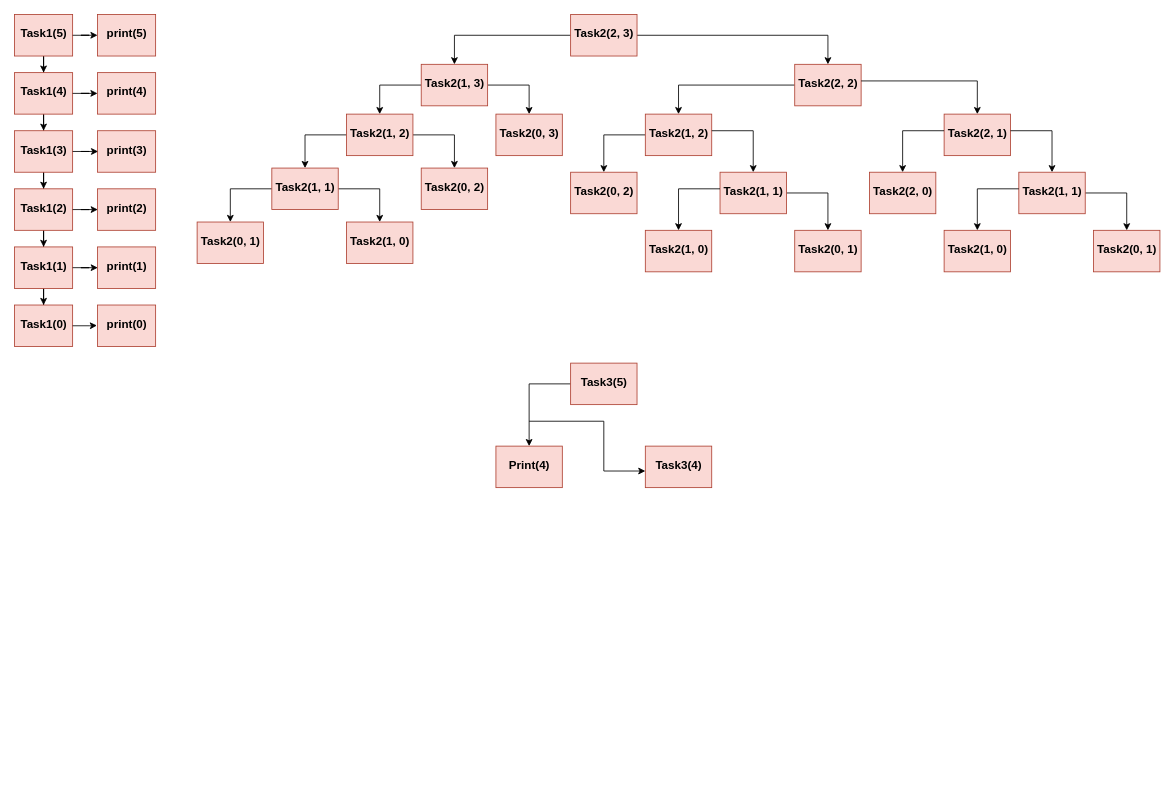
Before: diagrams/Untitled Diagram.drawio in GeekNekoS/Draw_io, a draw.io diagram. Source tidied: cells renumbered, new cells numbered last; positions are measured from the earlier drawing's top-left corner, leaving out a move shared by most shapes. Both pictures are drawn from the tidied source at 83%, with x=0, y=0 at pixel (14, 14).
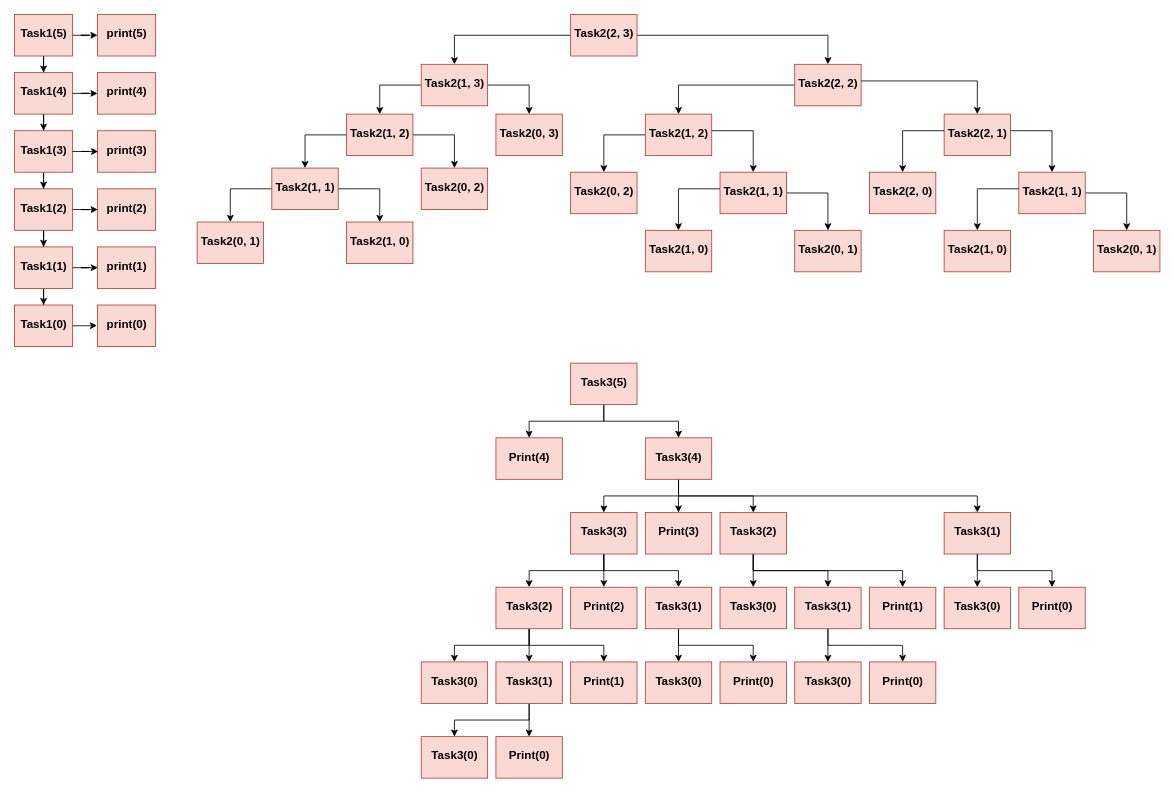
After the change.

The change refers to these unchanged cells:
```xml
<mxCell id="88" style="rounded=0;whiteSpace=wrap;html=1;fillColor=#fad9d5;strokeColor=#ae4132;" parent="1" vertex="1">
  <mxGeometry x="670" y="420" width="80" height="50" as="geometry" />
</mxCell>
```

Change to the diagram source:
```diff
@@
     <mxCell id="87" style="edgeStyle=orthogonalEdgeStyle;rounded=0;jettySize=auto;html=1;entryX=0.5;entryY=0;entryDx=0;entryDy=0;" parent="1" edge="1" source="88" target="97">
-      <mxGeometry relative="1" as="geometry" />
+      <mxGeometry relative="1" as="geometry">
+        <Array as="points">
+          <mxPoint x="710" y="490" />
+          <mxPoint x="620" y="490" />
+        </Array>
+      </mxGeometry>
     </mxCell>
+    <mxCell id="101" style="edgeStyle=orthogonalEdgeStyle;rounded=0;jettySize=auto;html=1;entryX=0.5;entryY=0;entryDx=0;entryDy=0;" parent="1" edge="1" source="88" target="99">
+      <mxGeometry relative="1" as="geometry">
+        <Array as="points">
+          <mxPoint x="710" y="490" />
+          <mxPoint x="800" y="490" />
+        </Array>
+      </mxGeometry>
+    </mxCell>
@@
     <mxCell id="96" style="rounded=0;whiteSpace=wrap;html=1;fillColor=#fad9d5;strokeColor=#ae4132;" parent="1" vertex="1">
-      <mxGeometry x="580" y="520" width="80" height="50" as="geometry" />
+      <mxGeometry x="580" y="510" width="80" height="50" as="geometry" />
     </mxCell>
     <mxCell id="97" value="&lt;font style=&quot;font-size: 14px;&quot;&gt;Print(4)&lt;/font&gt;" style="text;strokeColor=none;fillColor=none;html=1;fontSize=24;fontStyle=1;verticalAlign=middle;align=center;" parent="1" vertex="1">
-      <mxGeometry x="580" y="520" width="80" height="40" as="geometry" />
+      <mxGeometry x="580" y="510" width="80" height="40" as="geometry" />
     </mxCell>
+    <mxCell id="102" style="edgeStyle=orthogonalEdgeStyle;rounded=0;jettySize=auto;html=1;" parent="1" edge="1" source="98" target="110">
+      <mxGeometry relative="1" as="geometry">
+        <Array as="points">
+          <mxPoint x="800" y="580" />
+          <mxPoint x="710" y="580" />
+        </Array>
+      </mxGeometry>
+    </mxCell>
+    <mxCell id="103" style="edgeStyle=orthogonalEdgeStyle;rounded=0;jettySize=auto;html=1;" parent="1" edge="1" source="98" target="117">
+      <mxGeometry relative="1" as="geometry" />
+    </mxCell>
+    <mxCell id="104" style="edgeStyle=orthogonalEdgeStyle;rounded=0;jettySize=auto;html=1;" parent="1" edge="1" source="98" target="115">
+      <mxGeometry relative="1" as="geometry">
+        <Array as="points">
+          <mxPoint x="800" y="580" />
+          <mxPoint x="890" y="580" />
+        </Array>
+      </mxGeometry>
+    </mxCell>
+    <mxCell id="105" style="edgeStyle=orthogonalEdgeStyle;rounded=0;jettySize=auto;html=1;entryX=0.5;entryY=0;entryDx=0;entryDy=0;" parent="1" edge="1" source="98" target="160">
+      <mxGeometry relative="1" as="geometry">
+        <Array as="points">
+          <mxPoint x="800" y="580" />
+          <mxPoint x="1160" y="580" />
+        </Array>
+      </mxGeometry>
+    </mxCell>
     <mxCell id="98" style="rounded=0;whiteSpace=wrap;html=1;fillColor=#fad9d5;strokeColor=#ae4132;" parent="1" vertex="1">
-      <mxGeometry x="760" y="520" width="80" height="50" as="geometry" />
+      <mxGeometry x="760" y="510" width="80" height="50" as="geometry" />
     </mxCell>
     <mxCell id="99" value="&lt;div&gt;&lt;font style=&quot;font-size: 14px;&quot;&gt;Task3(4)&lt;/font&gt;&lt;/div&gt;" style="text;strokeColor=none;fillColor=none;html=1;fontSize=24;fontStyle=1;verticalAlign=middle;align=center;" parent="1" vertex="1">
-      <mxGeometry x="760" y="520" width="80" height="40" as="geometry" />
+      <mxGeometry x="760" y="510" width="80" height="40" as="geometry" />
     </mxCell>
-    <mxCell id="100" style="endArrow=classic;html=1;rounded=0;entryX=0;entryY=0.75;entryDx=0;entryDy=0;" parent="1" edge="1" target="99">
-      <mxGeometry relative="1" as="geometry">
-        <mxPoint x="620" y="490" as="sourcePoint" />
-        <Array as="points">
-          <mxPoint x="710" y="490" />
-          <mxPoint x="710" y="550" />
-        </Array>
-      </mxGeometry>
-    </mxCell>
+    <mxCell id="106" style="edgeStyle=orthogonalEdgeStyle;rounded=0;jettySize=auto;html=1;entryX=0.5;entryY=0;entryDx=0;entryDy=0;" parent="1" edge="1" source="109" target="122">
+      <mxGeometry relative="1" as="geometry">
+        <Array as="points">
+          <mxPoint x="710" y="670" />
+          <mxPoint x="620" y="670" />
+        </Array>
+      </mxGeometry>
+    </mxCell>
+    <mxCell id="107" style="edgeStyle=orthogonalEdgeStyle;rounded=0;jettySize=auto;html=1;entryX=0.5;entryY=0;entryDx=0;entryDy=0;" parent="1" edge="1" source="109" target="128">
+      <mxGeometry relative="1" as="geometry" />
+    </mxCell>
+    <mxCell id="108" style="edgeStyle=orthogonalEdgeStyle;rounded=0;jettySize=auto;html=1;entryX=0.5;entryY=0;entryDx=0;entryDy=0;" parent="1" edge="1" source="109" target="126">
+      <mxGeometry relative="1" as="geometry">
+        <Array as="points">
+          <mxPoint x="710" y="670" />
+          <mxPoint x="800" y="670" />
+        </Array>
+      </mxGeometry>
+    </mxCell>
+    <mxCell id="109" style="rounded=0;whiteSpace=wrap;html=1;fillColor=#fad9d5;strokeColor=#ae4132;" parent="1" vertex="1">
+      <mxGeometry x="670" y="600" width="80" height="50" as="geometry" />
+    </mxCell>
+    <mxCell id="110" value="&lt;div&gt;&lt;font style=&quot;font-size: 14px;&quot;&gt;Task3(3)&lt;/font&gt;&lt;/div&gt;" style="text;strokeColor=none;fillColor=none;html=1;fontSize=24;fontStyle=1;verticalAlign=middle;align=center;" parent="1" vertex="1">
+      <mxGeometry x="670" y="600" width="80" height="40" as="geometry" />
+    </mxCell>
+    <mxCell id="111" style="edgeStyle=orthogonalEdgeStyle;rounded=0;jettySize=auto;html=1;entryX=0.5;entryY=0;entryDx=0;entryDy=0;" parent="1" edge="1" source="114" target="136">
+      <mxGeometry relative="1" as="geometry">
+        <Array as="points">
+          <mxPoint x="890" y="670" />
+          <mxPoint x="980" y="670" />
+        </Array>
+      </mxGeometry>
+    </mxCell>
+    <mxCell id="112" style="edgeStyle=orthogonalEdgeStyle;rounded=0;jettySize=auto;html=1;entryX=0.5;entryY=0;entryDx=0;entryDy=0;" parent="1" edge="1" source="114" target="130">
+      <mxGeometry relative="1" as="geometry" />
+    </mxCell>
+    <mxCell id="113" style="edgeStyle=orthogonalEdgeStyle;rounded=0;jettySize=auto;html=1;entryX=0.5;entryY=0;entryDx=0;entryDy=0;" parent="1" edge="1" source="114" target="132">
+      <mxGeometry relative="1" as="geometry">
+        <Array as="points">
+          <mxPoint x="890" y="670" />
+          <mxPoint x="1070" y="670" />
+        </Array>
+      </mxGeometry>
+    </mxCell>
+    <mxCell id="114" style="rounded=0;whiteSpace=wrap;html=1;fillColor=#fad9d5;strokeColor=#ae4132;" parent="1" vertex="1">
+      <mxGeometry x="850" y="600" width="80" height="50" as="geometry" />
+    </mxCell>
+    <mxCell id="115" value="&lt;div&gt;&lt;font style=&quot;font-size: 14px;&quot;&gt;Task3(2)&lt;/font&gt;&lt;/div&gt;" style="text;strokeColor=none;fillColor=none;html=1;fontSize=24;fontStyle=1;verticalAlign=middle;align=center;" parent="1" vertex="1">
+      <mxGeometry x="850" y="600" width="80" height="40" as="geometry" />
+    </mxCell>
+    <mxCell id="116" style="rounded=0;whiteSpace=wrap;html=1;fillColor=#fad9d5;strokeColor=#ae4132;" parent="1" vertex="1">
+      <mxGeometry x="760" y="600" width="80" height="50" as="geometry" />
+    </mxCell>
+    <mxCell id="117" value="&lt;font style=&quot;font-size: 14px;&quot;&gt;Print(3)&lt;/font&gt;" style="text;strokeColor=none;fillColor=none;html=1;fontSize=24;fontStyle=1;verticalAlign=middle;align=center;" parent="1" vertex="1">
+      <mxGeometry x="760" y="600" width="80" height="40" as="geometry" />
+    </mxCell>
+    <mxCell id="118" style="edgeStyle=orthogonalEdgeStyle;rounded=0;jettySize=auto;html=1;" parent="1" edge="1" source="121" target="138">
+      <mxGeometry relative="1" as="geometry">
+        <Array as="points">
+          <mxPoint x="620" y="760" />
+          <mxPoint x="530" y="760" />
+        </Array>
+      </mxGeometry>
+    </mxCell>
+    <mxCell id="119" style="edgeStyle=orthogonalEdgeStyle;rounded=0;jettySize=auto;html=1;entryX=0.5;entryY=0;entryDx=0;entryDy=0;" parent="1" edge="1" source="121" target="140">
+      <mxGeometry relative="1" as="geometry">
+        <Array as="points">
+          <mxPoint x="620" y="760" />
+          <mxPoint x="710" y="760" />
+        </Array>
+      </mxGeometry>
+    </mxCell>
+    <mxCell id="120" style="edgeStyle=orthogonalEdgeStyle;rounded=0;jettySize=auto;html=1;entryX=0.5;entryY=0;entryDx=0;entryDy=0;" parent="1" edge="1" source="121" target="144">
+      <mxGeometry relative="1" as="geometry" />
+    </mxCell>
+    <mxCell id="121" style="rounded=0;whiteSpace=wrap;html=1;fillColor=#fad9d5;strokeColor=#ae4132;" parent="1" vertex="1">
+      <mxGeometry x="580" y="690" width="80" height="50" as="geometry" />
+    </mxCell>
+    <mxCell id="122" value="&lt;div&gt;&lt;font style=&quot;font-size: 14px;&quot;&gt;Task3(2)&lt;/font&gt;&lt;/div&gt;" style="text;strokeColor=none;fillColor=none;html=1;fontSize=24;fontStyle=1;verticalAlign=middle;align=center;" parent="1" vertex="1">
+      <mxGeometry x="580" y="690" width="80" height="40" as="geometry" />
+    </mxCell>
+    <mxCell id="123" style="edgeStyle=orthogonalEdgeStyle;rounded=0;jettySize=auto;html=1;" parent="1" edge="1" source="125" target="152">
+      <mxGeometry relative="1" as="geometry" />
+    </mxCell>
+    <mxCell id="124" style="edgeStyle=orthogonalEdgeStyle;rounded=0;jettySize=auto;html=1;entryX=0.5;entryY=0;entryDx=0;entryDy=0;" parent="1" edge="1" source="125" target="150">
+      <mxGeometry relative="1" as="geometry">
+        <Array as="points">
+          <mxPoint x="800" y="760" />
+          <mxPoint x="890" y="760" />
+        </Array>
+      </mxGeometry>
+    </mxCell>
+    <mxCell id="125" style="rounded=0;whiteSpace=wrap;html=1;fillColor=#fad9d5;strokeColor=#ae4132;" parent="1" vertex="1">
+      <mxGeometry x="760" y="690" width="80" height="50" as="geometry" />
+    </mxCell>
+    <mxCell id="126" value="&lt;div&gt;&lt;font style=&quot;font-size: 14px;&quot;&gt;Task3(1)&lt;/font&gt;&lt;/div&gt;" style="text;strokeColor=none;fillColor=none;html=1;fontSize=24;fontStyle=1;verticalAlign=middle;align=center;" parent="1" vertex="1">
+      <mxGeometry x="760" y="690" width="80" height="40" as="geometry" />
+    </mxCell>
+    <mxCell id="127" style="rounded=0;whiteSpace=wrap;html=1;fillColor=#fad9d5;strokeColor=#ae4132;" parent="1" vertex="1">
+      <mxGeometry x="670" y="690" width="80" height="50" as="geometry" />
+    </mxCell>
+    <mxCell id="128" value="&lt;font style=&quot;font-size: 14px;&quot;&gt;Print(2)&lt;/font&gt;" style="text;strokeColor=none;fillColor=none;html=1;fontSize=24;fontStyle=1;verticalAlign=middle;align=center;" parent="1" vertex="1">
+      <mxGeometry x="670" y="690" width="80" height="40" as="geometry" />
+    </mxCell>
+    <mxCell id="129" style="rounded=0;whiteSpace=wrap;html=1;fillColor=#fad9d5;strokeColor=#ae4132;" parent="1" vertex="1">
+      <mxGeometry x="850" y="690" width="80" height="50" as="geometry" />
+    </mxCell>
+    <mxCell id="130" value="&lt;div&gt;&lt;font style=&quot;font-size: 14px;&quot;&gt;Task3(0)&lt;/font&gt;&lt;/div&gt;" style="text;strokeColor=none;fillColor=none;html=1;fontSize=24;fontStyle=1;verticalAlign=middle;align=center;" parent="1" vertex="1">
+      <mxGeometry x="850" y="690" width="80" height="40" as="geometry" />
+    </mxCell>
+    <mxCell id="131" style="rounded=0;whiteSpace=wrap;html=1;fillColor=#fad9d5;strokeColor=#ae4132;" parent="1" vertex="1">
+      <mxGeometry x="1030" y="690" width="80" height="50" as="geometry" />
+    </mxCell>
+    <mxCell id="132" value="&lt;div&gt;&lt;font style=&quot;font-size: 14px;&quot;&gt;Print(1)&lt;/font&gt;&lt;/div&gt;" style="text;strokeColor=none;fillColor=none;html=1;fontSize=24;fontStyle=1;verticalAlign=middle;align=center;" parent="1" vertex="1">
+      <mxGeometry x="1030" y="690" width="80" height="40" as="geometry" />
+    </mxCell>
+    <mxCell id="133" style="edgeStyle=orthogonalEdgeStyle;rounded=0;jettySize=auto;html=1;entryX=0.5;entryY=0;entryDx=0;entryDy=0;" parent="1" edge="1" source="135" target="156">
+      <mxGeometry relative="1" as="geometry" />
+    </mxCell>
+    <mxCell id="134" style="edgeStyle=orthogonalEdgeStyle;rounded=0;jettySize=auto;html=1;entryX=0.5;entryY=0;entryDx=0;entryDy=0;" parent="1" edge="1" source="135" target="154">
+      <mxGeometry relative="1" as="geometry">
+        <Array as="points">
+          <mxPoint x="980" y="760" />
+          <mxPoint x="1070" y="760" />
+        </Array>
+      </mxGeometry>
+    </mxCell>
+    <mxCell id="135" style="rounded=0;whiteSpace=wrap;html=1;fillColor=#fad9d5;strokeColor=#ae4132;" parent="1" vertex="1">
+      <mxGeometry x="940" y="690" width="80" height="50" as="geometry" />
+    </mxCell>
+    <mxCell id="136" value="&lt;font style=&quot;font-size: 14px;&quot;&gt;Task3(1)&lt;/font&gt;" style="text;strokeColor=none;fillColor=none;html=1;fontSize=24;fontStyle=1;verticalAlign=middle;align=center;" parent="1" vertex="1">
+      <mxGeometry x="940" y="690" width="80" height="40" as="geometry" />
+    </mxCell>
+    <mxCell id="137" style="rounded=0;whiteSpace=wrap;html=1;fillColor=#fad9d5;strokeColor=#ae4132;" parent="1" vertex="1">
+      <mxGeometry x="490" y="780" width="80" height="50" as="geometry" />
+    </mxCell>
+    <mxCell id="138" value="&lt;div&gt;&lt;font style=&quot;font-size: 14px;&quot;&gt;Task3(0)&lt;/font&gt;&lt;/div&gt;" style="text;strokeColor=none;fillColor=none;html=1;fontSize=24;fontStyle=1;verticalAlign=middle;align=center;" parent="1" vertex="1">
+      <mxGeometry x="490" y="780" width="80" height="40" as="geometry" />
+    </mxCell>
+    <mxCell id="139" style="rounded=0;whiteSpace=wrap;html=1;fillColor=#fad9d5;strokeColor=#ae4132;" parent="1" vertex="1">
+      <mxGeometry x="670" y="780" width="80" height="50" as="geometry" />
+    </mxCell>
+    <mxCell id="140" value="&lt;div&gt;&lt;font style=&quot;font-size: 14px;&quot;&gt;Print(1)&lt;/font&gt;&lt;/div&gt;" style="text;strokeColor=none;fillColor=none;html=1;fontSize=24;fontStyle=1;verticalAlign=middle;align=center;" parent="1" vertex="1">
+      <mxGeometry x="670" y="780" width="80" height="40" as="geometry" />
+    </mxCell>
+    <mxCell id="141" style="edgeStyle=orthogonalEdgeStyle;rounded=0;jettySize=auto;html=1;entryX=0.5;entryY=0;entryDx=0;entryDy=0;" parent="1" edge="1" source="143" target="146">
+      <mxGeometry relative="1" as="geometry" />
+    </mxCell>
+    <mxCell id="142" style="edgeStyle=orthogonalEdgeStyle;rounded=0;jettySize=auto;html=1;entryX=0.5;entryY=0;entryDx=0;entryDy=0;" parent="1" edge="1" source="143" target="148">
+      <mxGeometry relative="1" as="geometry">
+        <Array as="points">
+          <mxPoint x="620" y="850" />
+          <mxPoint x="530" y="850" />
+        </Array>
+      </mxGeometry>
+    </mxCell>
+    <mxCell id="143" style="rounded=0;whiteSpace=wrap;html=1;fillColor=#fad9d5;strokeColor=#ae4132;" parent="1" vertex="1">
+      <mxGeometry x="580" y="780" width="80" height="50" as="geometry" />
+    </mxCell>
+    <mxCell id="144" value="&lt;font style=&quot;font-size: 14px;&quot;&gt;Task3(1)&lt;/font&gt;" style="text;strokeColor=none;fillColor=none;html=1;fontSize=24;fontStyle=1;verticalAlign=middle;align=center;" parent="1" vertex="1">
+      <mxGeometry x="580" y="780" width="80" height="40" as="geometry" />
+    </mxCell>
+    <mxCell id="145" style="rounded=0;whiteSpace=wrap;html=1;fillColor=#fad9d5;strokeColor=#ae4132;" parent="1" vertex="1">
+      <mxGeometry x="580" y="870" width="80" height="50" as="geometry" />
+    </mxCell>
+    <mxCell id="146" value="&lt;div&gt;&lt;font style=&quot;font-size: 14px;&quot;&gt;Print(0)&lt;/font&gt;&lt;/div&gt;" style="text;strokeColor=none;fillColor=none;html=1;fontSize=24;fontStyle=1;verticalAlign=middle;align=center;" parent="1" vertex="1">
+      <mxGeometry x="580" y="870" width="80" height="40" as="geometry" />
+    </mxCell>
+    <mxCell id="147" style="rounded=0;whiteSpace=wrap;html=1;fillColor=#fad9d5;strokeColor=#ae4132;" parent="1" vertex="1">
+      <mxGeometry x="490" y="870" width="80" height="50" as="geometry" />
+    </mxCell>
+    <mxCell id="148" value="&lt;font style=&quot;font-size: 14px;&quot;&gt;Task3(0)&lt;/font&gt;" style="text;strokeColor=none;fillColor=none;html=1;fontSize=24;fontStyle=1;verticalAlign=middle;align=center;" parent="1" vertex="1">
+      <mxGeometry x="490" y="870" width="80" height="40" as="geometry" />
+    </mxCell>
+    <mxCell id="149" style="rounded=0;whiteSpace=wrap;html=1;fillColor=#fad9d5;strokeColor=#ae4132;" parent="1" vertex="1">
+      <mxGeometry x="850" y="780" width="80" height="50" as="geometry" />
+    </mxCell>
+    <mxCell id="150" value="&lt;div&gt;&lt;font style=&quot;font-size: 14px;&quot;&gt;Print(0)&lt;/font&gt;&lt;/div&gt;" style="text;strokeColor=none;fillColor=none;html=1;fontSize=24;fontStyle=1;verticalAlign=middle;align=center;" parent="1" vertex="1">
+      <mxGeometry x="850" y="780" width="80" height="40" as="geometry" />
+    </mxCell>
+    <mxCell id="151" style="rounded=0;whiteSpace=wrap;html=1;fillColor=#fad9d5;strokeColor=#ae4132;" parent="1" vertex="1">
+      <mxGeometry x="760" y="780" width="80" height="50" as="geometry" />
+    </mxCell>
+    <mxCell id="152" value="&lt;font style=&quot;font-size: 14px;&quot;&gt;Task3(0)&lt;/font&gt;" style="text;strokeColor=none;fillColor=none;html=1;fontSize=24;fontStyle=1;verticalAlign=middle;align=center;" parent="1" vertex="1">
+      <mxGeometry x="760" y="780" width="80" height="40" as="geometry" />
+    </mxCell>
+    <mxCell id="153" style="rounded=0;whiteSpace=wrap;html=1;fillColor=#fad9d5;strokeColor=#ae4132;" parent="1" vertex="1">
+      <mxGeometry x="1030" y="780" width="80" height="50" as="geometry" />
+    </mxCell>
+    <mxCell id="154" value="&lt;div&gt;&lt;font style=&quot;font-size: 14px;&quot;&gt;Print(0)&lt;/font&gt;&lt;/div&gt;" style="text;strokeColor=none;fillColor=none;html=1;fontSize=24;fontStyle=1;verticalAlign=middle;align=center;" parent="1" vertex="1">
+      <mxGeometry x="1030" y="780" width="80" height="40" as="geometry" />
+    </mxCell>
+    <mxCell id="155" style="rounded=0;whiteSpace=wrap;html=1;fillColor=#fad9d5;strokeColor=#ae4132;" parent="1" vertex="1">
+      <mxGeometry x="940" y="780" width="80" height="50" as="geometry" />
+    </mxCell>
+    <mxCell id="156" value="&lt;font style=&quot;font-size: 14px;&quot;&gt;Task3(0)&lt;/font&gt;" style="text;strokeColor=none;fillColor=none;html=1;fontSize=24;fontStyle=1;verticalAlign=middle;align=center;" parent="1" vertex="1">
+      <mxGeometry x="940" y="780" width="80" height="40" as="geometry" />
+    </mxCell>
+    <mxCell id="157" style="edgeStyle=orthogonalEdgeStyle;rounded=0;jettySize=auto;html=1;entryX=0.5;entryY=0;entryDx=0;entryDy=0;" parent="1" edge="1" source="159" target="164">
+      <mxGeometry relative="1" as="geometry" />
+    </mxCell>
+    <mxCell id="158" style="edgeStyle=orthogonalEdgeStyle;rounded=0;jettySize=auto;html=1;entryX=0.5;entryY=0;entryDx=0;entryDy=0;" parent="1" edge="1" source="159" target="162">
+      <mxGeometry relative="1" as="geometry">
+        <Array as="points">
+          <mxPoint x="1160" y="670" />
+          <mxPoint x="1250" y="670" />
+        </Array>
+      </mxGeometry>
+    </mxCell>
+    <mxCell id="159" style="rounded=0;whiteSpace=wrap;html=1;fillColor=#fad9d5;strokeColor=#ae4132;" parent="1" vertex="1">
+      <mxGeometry x="1120" y="600" width="80" height="50" as="geometry" />
+    </mxCell>
+    <mxCell id="160" value="&lt;font style=&quot;font-size: 14px;&quot;&gt;Task3(1)&lt;/font&gt;" style="text;strokeColor=none;fillColor=none;html=1;fontSize=24;fontStyle=1;verticalAlign=middle;align=center;" parent="1" vertex="1">
+      <mxGeometry x="1120" y="600" width="80" height="40" as="geometry" />
+    </mxCell>
+    <mxCell id="161" style="rounded=0;whiteSpace=wrap;html=1;fillColor=#fad9d5;strokeColor=#ae4132;" parent="1" vertex="1">
+      <mxGeometry x="1210" y="690" width="80" height="50" as="geometry" />
+    </mxCell>
+    <mxCell id="162" value="&lt;div&gt;&lt;font style=&quot;font-size: 14px;&quot;&gt;Print(0)&lt;/font&gt;&lt;/div&gt;" style="text;strokeColor=none;fillColor=none;html=1;fontSize=24;fontStyle=1;verticalAlign=middle;align=center;" parent="1" vertex="1">
+      <mxGeometry x="1210" y="690" width="80" height="40" as="geometry" />
+    </mxCell>
+    <mxCell id="163" style="rounded=0;whiteSpace=wrap;html=1;fillColor=#fad9d5;strokeColor=#ae4132;" parent="1" vertex="1">
+      <mxGeometry x="1120" y="690" width="80" height="50" as="geometry" />
+    </mxCell>
+    <mxCell id="164" value="&lt;font style=&quot;font-size: 14px;&quot;&gt;Task3(0)&lt;/font&gt;" style="text;strokeColor=none;fillColor=none;html=1;fontSize=24;fontStyle=1;verticalAlign=middle;align=center;" parent="1" vertex="1">
+      <mxGeometry x="1120" y="690" width="80" height="40" as="geometry" />
+    </mxCell>
```
